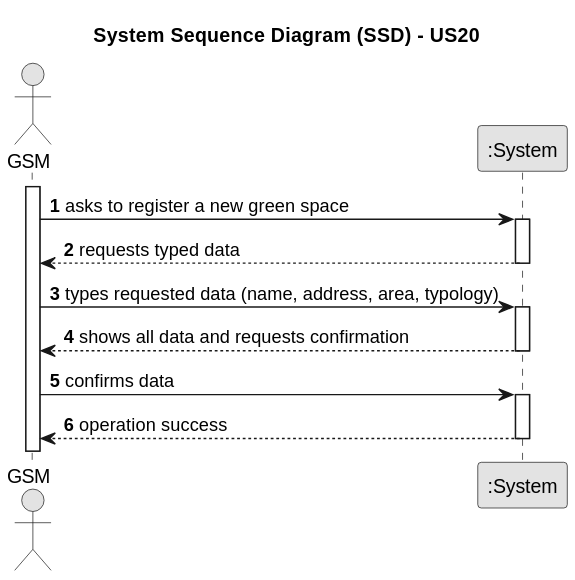
Above: docs/sprintC/US020/01.requirements-engineering/svg/us20-system-sequence-diagram.svg in LopemigueISEP/lei-24-s2-1nb-g312 (PlantUML), before the change.
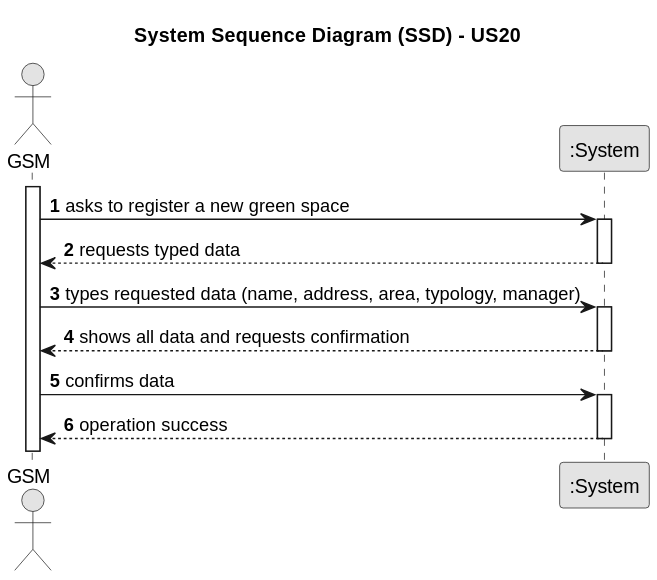
Later version of the same file.

The edit, as a diff of the source:
```diff
@@ -18,7 +18,7 @@
         System --> GSM : requests typed data
     deactivate System
 
-    GSM -> System : types requested data (name, address, area, typology)
+    GSM -> System : types requested data (name, address, area, typology, manager)
     activate System
 
 
```
